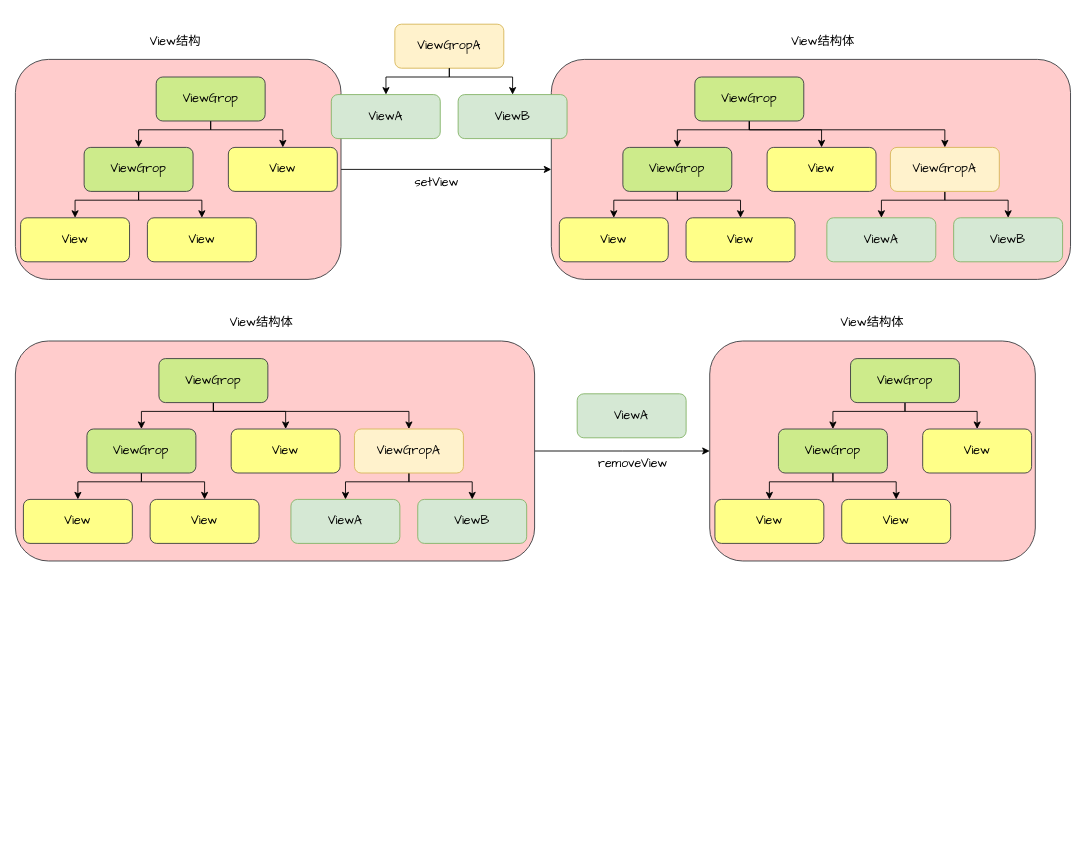
YangYang48/drawio keeps this draw.io diagram as page "第 18 页" (18 of 21) of window2.drawio. Above is the earlier version. Source tidied: cells renumbered, new cells numbered last; positions are measured from the earlier drawing's top-left corner, leaving out a move shared by most shapes. Both pictures are drawn from the tidied source at 88%, with x=0, y=0 at pixel (15, 15).
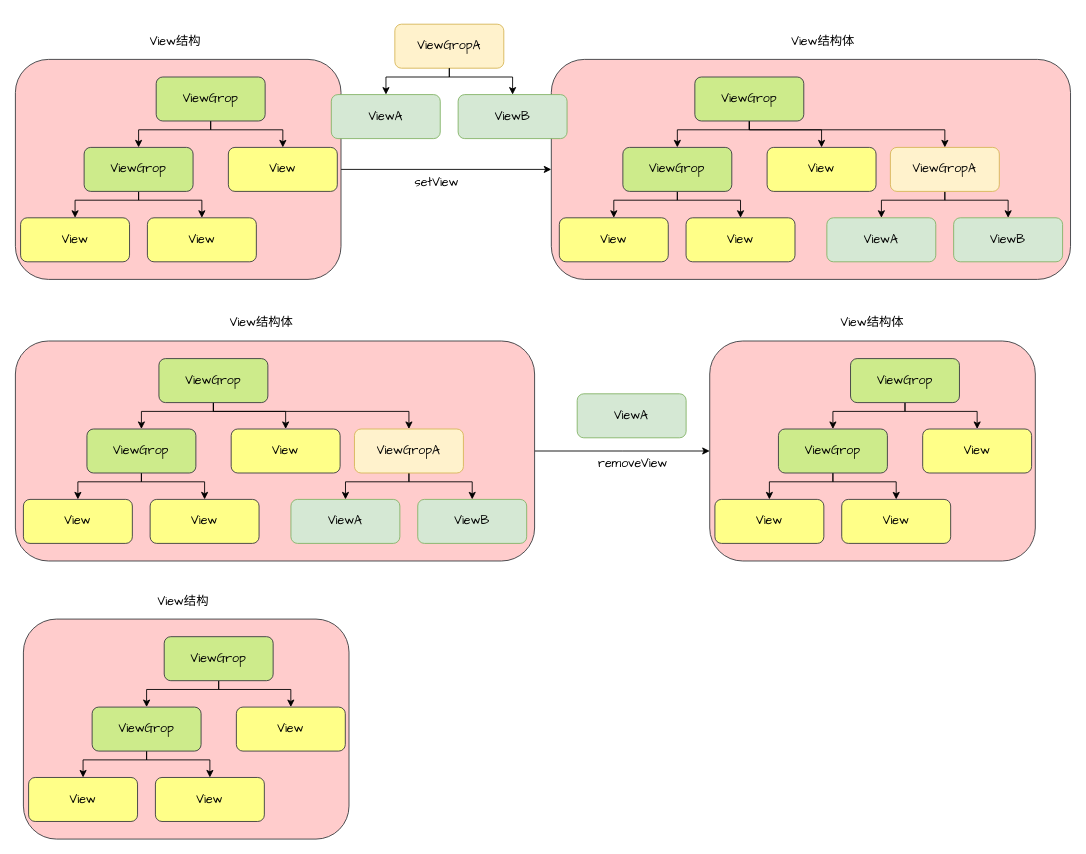
After the change.

What changed in the source:
```diff
@@
+    <mxCell id="68" style="rounded=1;whiteSpace=wrap;html=1;fillColor=#ffcccc;strokeColor=#36393d;" parent="1" vertex="1">
+      <mxGeometry x="9.1" y="686" width="370" height="250" as="geometry" />
+    </mxCell>
+    <mxCell id="69" style="edgeStyle=orthogonalEdgeStyle;rounded=0;jettySize=auto;html=1;exitX=0.5;exitY=1;exitDx=0;exitDy=0;entryX=0.5;entryY=0;entryDx=0;entryDy=0;" parent="1" edge="1" source="71" target="74">
+      <mxGeometry relative="1" as="geometry">
+        <Array as="points">
+          <mxPoint x="231.1" y="766" />
+          <mxPoint x="149.1" y="766" />
+        </Array>
+      </mxGeometry>
+    </mxCell>
+    <mxCell id="70" style="edgeStyle=orthogonalEdgeStyle;rounded=0;jettySize=auto;html=1;exitX=0.5;exitY=1;exitDx=0;exitDy=0;entryX=0.5;entryY=0;entryDx=0;entryDy=0;" parent="1" edge="1" source="71" target="75">
+      <mxGeometry relative="1" as="geometry">
+        <Array as="points">
+          <mxPoint x="231.1" y="766" />
+          <mxPoint x="313.1" y="766" />
+        </Array>
+      </mxGeometry>
+    </mxCell>
+    <mxCell id="71" value="ViewGrop" style="rounded=1;whiteSpace=wrap;html=1;fontSize=14;comic=0;fontFamily=Comic Sans MS;fillColor=#cdeb8b;strokeColor=#36393d;" parent="1" vertex="1">
+      <mxGeometry x="169.1" y="706" width="123.8" height="50" as="geometry" />
+    </mxCell>
+    <mxCell id="72" style="edgeStyle=orthogonalEdgeStyle;rounded=0;jettySize=auto;html=1;exitX=0.5;exitY=1;exitDx=0;exitDy=0;entryX=0.5;entryY=0;entryDx=0;entryDy=0;" parent="1" edge="1" source="74" target="77">
+      <mxGeometry relative="1" as="geometry">
+        <Array as="points">
+          <mxPoint x="149.1" y="846" />
+          <mxPoint x="77.1" y="846" />
+        </Array>
+      </mxGeometry>
+    </mxCell>
+    <mxCell id="73" style="edgeStyle=orthogonalEdgeStyle;rounded=0;jettySize=auto;html=1;exitX=0.5;exitY=1;exitDx=0;exitDy=0;entryX=0.5;entryY=0;entryDx=0;entryDy=0;" parent="1" edge="1" source="74" target="76">
+      <mxGeometry relative="1" as="geometry">
+        <Array as="points">
+          <mxPoint x="149.1" y="846" />
+          <mxPoint x="221.1" y="846" />
+        </Array>
+      </mxGeometry>
+    </mxCell>
+    <mxCell id="74" value="ViewGrop" style="rounded=1;whiteSpace=wrap;html=1;fontSize=14;comic=0;fontFamily=Comic Sans MS;fillColor=#cdeb8b;strokeColor=#36393d;" parent="1" vertex="1">
+      <mxGeometry x="87.2" y="786" width="123.8" height="50" as="geometry" />
+    </mxCell>
+    <mxCell id="75" value="View" style="rounded=1;whiteSpace=wrap;html=1;fontSize=14;comic=0;fontFamily=Comic Sans MS;fillColor=#ffff88;strokeColor=#36393d;" parent="1" vertex="1">
+      <mxGeometry x="251.1" y="786" width="123.8" height="50" as="geometry" />
+    </mxCell>
+    <mxCell id="76" value="View" style="rounded=1;whiteSpace=wrap;html=1;fontSize=14;comic=0;fontFamily=Comic Sans MS;fillColor=#ffff88;strokeColor=#36393d;" parent="1" vertex="1">
+      <mxGeometry x="159.1" y="866" width="123.8" height="50" as="geometry" />
+    </mxCell>
+    <mxCell id="77" value="View" style="rounded=1;whiteSpace=wrap;html=1;fontSize=14;comic=0;fontFamily=Comic Sans MS;fillColor=#ffff88;strokeColor=#36393d;" parent="1" vertex="1">
+      <mxGeometry x="15" y="866" width="123.8" height="50" as="geometry" />
+    </mxCell>
+    <mxCell id="78" value="View结构" style="rounded=1;whiteSpace=wrap;html=1;fontSize=14;fontFamily=Comic Sans MS;fillColor=none;strokeColor=none;" parent="1" vertex="1">
+      <mxGeometry x="131.1" y="636" width="120" height="60" as="geometry" />
+    </mxCell>
```
